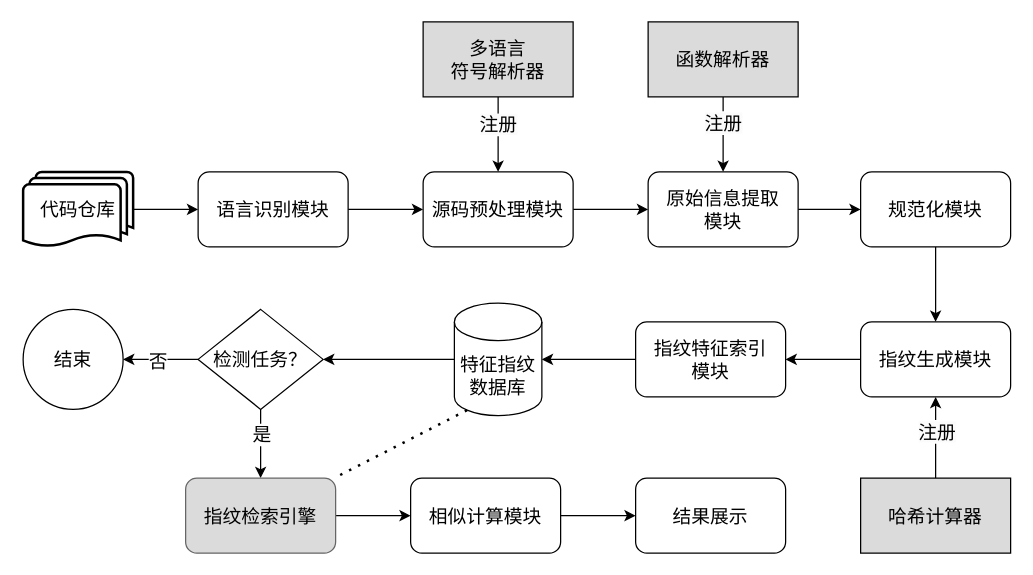
wanghaoxu001/cloudimg keeps this draw.io diagram as 系统实现图.drawio. Above is the earlier version. Source tidied: cells renumbered, new cells numbered last; positions are measured from the earlier drawing's top-left corner, leaving out a move shared by most shapes. Both pictures are drawn from the tidied source at 125%, with x=0, y=0 at pixel (22, 21).
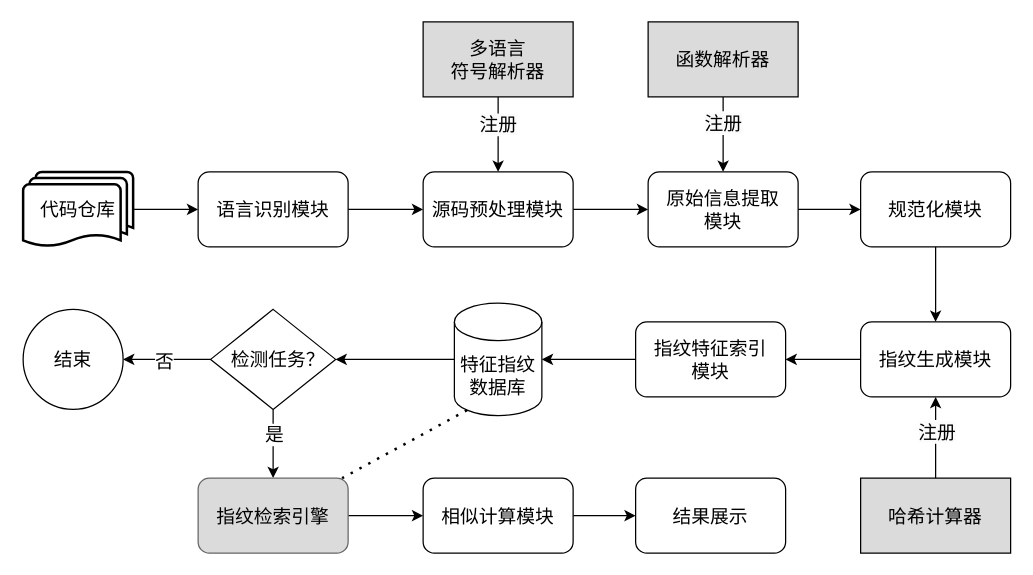
The same page after the edit.

Commit message:
更新系统实现图.drawio

Diff of the diagram source:
```diff
@@
-    <mxCell id="20" value="检测任务？" style="rhombus;whiteSpace=wrap;html=1;fontSize=15;" parent="1" vertex="1">
-      <mxGeometry x="140" y="230" width="100" height="80" as="geometry" />
+    <mxCell id="20" value="&amp;nbsp; 检测任务？" style="rhombus;whiteSpace=wrap;html=1;fontSize=15;" parent="1" vertex="1">
+      <mxGeometry x="150" y="230" width="100" height="80" as="geometry" />
     </mxCell>
@@
     <mxCell id="23" value="指纹检索引擎" style="rounded=1;whiteSpace=wrap;html=1;fillColor=#DBDBDB;strokeColor=#666666;gradientColor=none;fontSize=15;" parent="1" vertex="1">
-      <mxGeometry x="130" y="365" width="120" height="60" as="geometry" />
+      <mxGeometry x="140" y="365" width="120" height="60" as="geometry" />
     </mxCell>
@@
     <mxCell id="25" value="相似计算模块" style="rounded=1;whiteSpace=wrap;html=1;fontSize=15;" parent="1" vertex="1">
-      <mxGeometry x="310" y="365" width="120" height="60" as="geometry" />
+      <mxGeometry x="320" y="365" width="120" height="60" as="geometry" />
     </mxCell>
```
